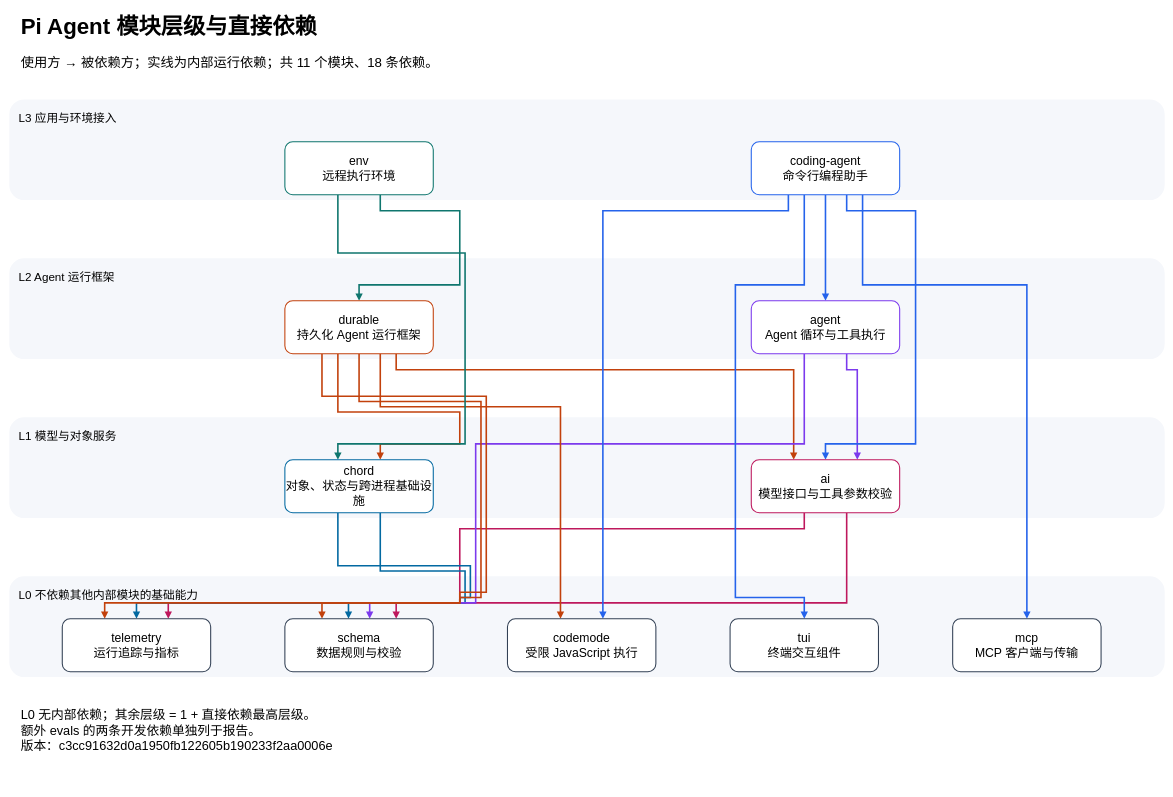
yun12345R/my-docs keeps this draw.io diagram as practice/02pi-agent/diagrams/module-dependencies.drawio. Above is the earlier version. Source tidied: cells renumbered, new cells numbered last; positions are measured from the earlier drawing's top-left corner, leaving out a move shared by most shapes. Both pictures are drawn from the tidied source at 53%, with x=0, y=0 at pixel (9, 9).
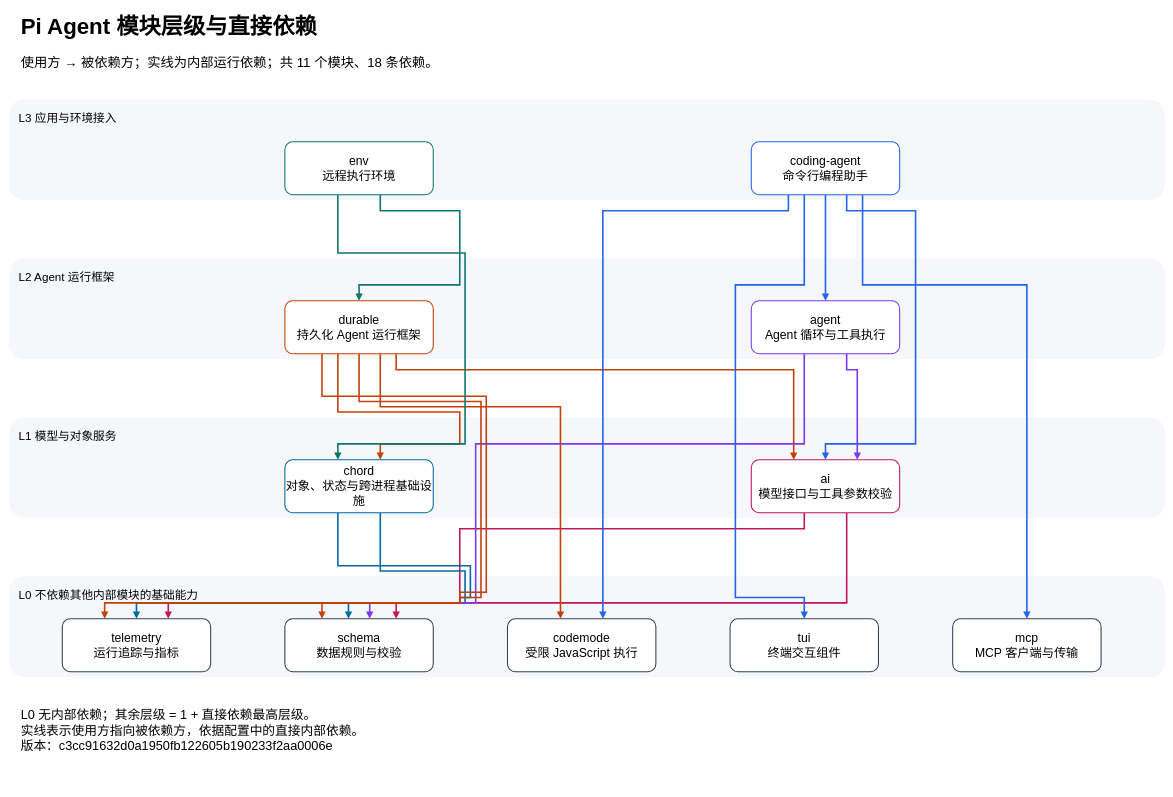
The same page after the edit.

What changed in the source:
```diff
@@
-    <mxCell id="37" value="L0 无内部依赖；其余层级 = 1 + 直接依赖最高层级。&#10;额外 evals 的两条开发依赖单独列于报告。&#10;版本：c3cc91632d0a1950fb122605b190233f2aa0006e" style="text;html=0;align=left;verticalAlign=top;fontSize=24;" parent="1" vertex="1">
+    <mxCell id="37" value="L0 无内部依赖；其余层级 = 1 + 直接依赖最高层级。&#10;实线表示使用方指向被依赖方，依据配置中的直接内部依赖。&#10;版本：c3cc91632d0a1950fb122605b190233f2aa0006e" style="text;html=0;align=left;verticalAlign=top;fontSize=24;" parent="1" vertex="1">
       <mxGeometry x="20" y="1310" width="2100" height="160" as="geometry" />
     </mxCell>
```
